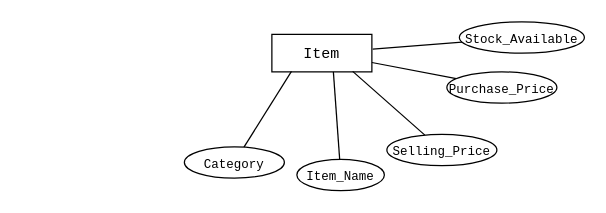
Earlier version of the draw.io diagram page "Page-1" (1 of 2) of POS.drawio (AmilSrinath/New-POS). Source tidied: cells renumbered, new cells numbered last; positions are measured from the earlier drawing's top-left corner, leaving out a move shared by most shapes. Both pictures are drawn from the tidied source at 125%, with x=0, y=0 at pixel (184, 21).
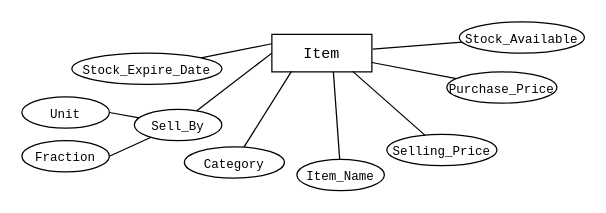
The same diagram, later.

Unchanged cells that the change refers to:
```xml
<mxCell id="2" value="&lt;font face=&quot;Courier New&quot;&gt;Item&lt;/font&gt;" style="whiteSpace=wrap;html=1;align=center;" parent="1" vertex="1">
  <mxGeometry x="70" y="10" width="80" height="30" as="geometry" />
</mxCell>
```

What changed in the source:
```diff
@@
+    <mxCell id="13" style="rounded=0;jettySize=auto;html=1;entryX=0;entryY=0.5;entryDx=0;entryDy=0;endArrow=none;endFill=0;" parent="1" edge="1" source="16" target="2">
+      <mxGeometry relative="1" as="geometry" />
+    </mxCell>
+    <mxCell id="14" style="rounded=0;jettySize=auto;html=1;entryX=1;entryY=0.5;entryDx=0;entryDy=0;endArrow=none;endFill=0;" parent="1" edge="1" source="16" target="17">
+      <mxGeometry relative="1" as="geometry" />
+    </mxCell>
+    <mxCell id="15" style="rounded=0;jettySize=auto;html=1;entryX=1;entryY=0.5;entryDx=0;entryDy=0;endArrow=none;endFill=0;" parent="1" edge="1" source="16" target="18">
+      <mxGeometry relative="1" as="geometry" />
+    </mxCell>
+    <mxCell id="16" value="&lt;div style=&quot;&quot;&gt;&lt;span style=&quot;font-size: 10px;&quot;&gt;&lt;font face=&quot;Courier New&quot;&gt;Sell_By&lt;/font&gt;&lt;/span&gt;&lt;/div&gt;" style="ellipse;whiteSpace=wrap;html=1;align=center;" parent="1" vertex="1">
+      <mxGeometry x="-40" y="70" width="70" height="25" as="geometry" />
+    </mxCell>
+    <mxCell id="17" value="&lt;div style=&quot;&quot;&gt;&lt;span style=&quot;font-size: 10px;&quot;&gt;&lt;font face=&quot;Courier New&quot;&gt;Unit&lt;/font&gt;&lt;/span&gt;&lt;/div&gt;" style="ellipse;whiteSpace=wrap;html=1;align=center;" parent="1" vertex="1">
+      <mxGeometry x="-130" y="60" width="70" height="25" as="geometry" />
+    </mxCell>
+    <mxCell id="18" value="&lt;div style=&quot;&quot;&gt;&lt;span style=&quot;font-size: 10px;&quot;&gt;&lt;font face=&quot;Courier New&quot;&gt;Fraction&lt;/font&gt;&lt;/span&gt;&lt;/div&gt;" style="ellipse;whiteSpace=wrap;html=1;align=center;" parent="1" vertex="1">
+      <mxGeometry x="-130" y="95" width="70" height="25" as="geometry" />
+    </mxCell>
+    <mxCell id="19" style="rounded=0;jettySize=auto;html=1;endArrow=none;endFill=0;entryX=0;entryY=0.25;entryDx=0;entryDy=0;" parent="1" edge="1" source="20" target="2">
+      <mxGeometry relative="1" as="geometry" />
+    </mxCell>
+    <mxCell id="20" value="&lt;font face=&quot;Courier New&quot;&gt;&lt;font size=&quot;1&quot;&gt;Stock_Expire_Date&lt;/font&gt;&lt;/font&gt;" style="ellipse;whiteSpace=wrap;html=1;align=center;" parent="1" vertex="1">
+      <mxGeometry x="-90" y="25" width="120" height="25" as="geometry" />
+    </mxCell>
```
